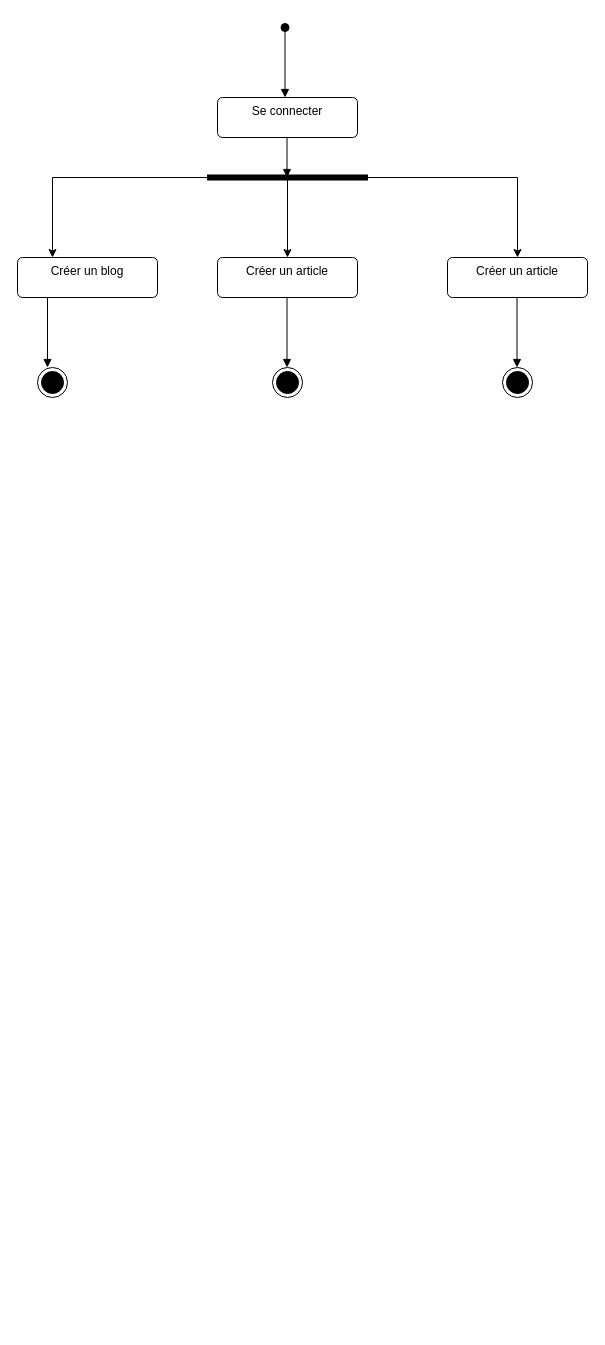
Above: page "Diagramme d'activité" (6 of 9) of Diagramme sans nom.drawio in Ali0908/BDD_UML (draw.io), before the change. Source tidied: cells renumbered, new cells numbered last; positions are measured from the earlier drawing's top-left corner, leaving out a move shared by most shapes. Both pictures are drawn from the tidied source at 100%, with x=0, y=0 at pixel (17, 27).
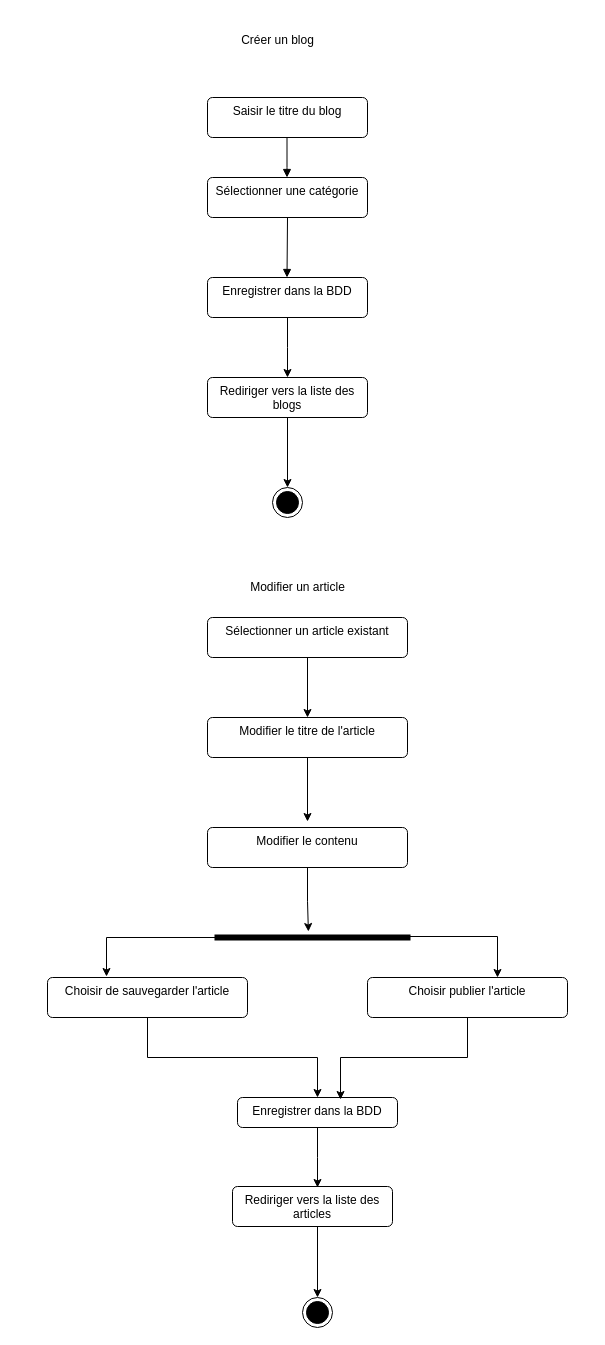
After the change.

The edit, as a diff of the source:
```diff
@@
-    <mxCell id="2" value="Se connecter" style="html=1;align=center;verticalAlign=top;rounded=1;absoluteArcSize=1;arcSize=10;dashed=0;whiteSpace=wrap;" parent="1" vertex="1">
-      <mxGeometry x="200" y="70" width="140" height="40" as="geometry" />
-    </mxCell>
+    <mxCell id="4" value="Sélectionner une catégorie" style="html=1;align=center;verticalAlign=top;rounded=1;absoluteArcSize=1;arcSize=10;dashed=0;whiteSpace=wrap;" parent="1" vertex="1">
+      <mxGeometry x="190" y="150" width="160" height="40" as="geometry" />
+    </mxCell>
+    <mxCell id="11" style="html=1;verticalAlign=bottom;labelBackgroundColor=none;endArrow=block;endFill=1;rounded=0;" parent="1" edge="1">
+      <mxGeometry relative="1" as="geometry">
+        <mxPoint x="269.5" y="110" as="sourcePoint" />
+        <mxPoint x="269.5" y="150" as="targetPoint" />
+        <Array as="points">
+          <mxPoint x="269.5" y="140" />
+        </Array>
+      </mxGeometry>
+    </mxCell>
+    <mxCell id="13" style="html=1;verticalAlign=bottom;labelBackgroundColor=none;endArrow=block;endFill=1;rounded=0;exitX=0.5;exitY=1;exitDx=0;exitDy=0;" parent="1" edge="1" source="4">
+      <mxGeometry relative="1" as="geometry">
+        <mxPoint x="269.5" y="250" as="targetPoint" />
+      </mxGeometry>
+    </mxCell>
+    <mxCell id="16" style="ellipse;html=1;shape=endState;fillColor=strokeColor;" parent="1" vertex="1">
+      <mxGeometry x="255" y="460" width="30" height="30" as="geometry" />
+    </mxCell>
-    <mxCell id="3" value="Créer un blog" style="html=1;align=center;verticalAlign=top;rounded=1;absoluteArcSize=1;arcSize=10;dashed=0;whiteSpace=wrap;" parent="1" vertex="1">
-      <mxGeometry y="230" width="140" height="40" as="geometry" />
+    <mxCell id="3" value="Créer un blog" style="text;html=1;align=center;verticalAlign=middle;points=[];strokeColor=none;fillColor=none;" parent="1" vertex="1">
+      <mxGeometry x="210" y="-2" width="100" height="30" as="geometry" />
     </mxCell>
-    <mxCell id="4" value="Créer un article" style="html=1;align=center;verticalAlign=top;rounded=1;absoluteArcSize=1;arcSize=10;dashed=0;whiteSpace=wrap;" parent="1" vertex="1">
-      <mxGeometry x="200" y="230" width="140" height="40" as="geometry" />
-    </mxCell>
-    <mxCell id="5" value="Créer un article" style="html=1;align=center;verticalAlign=top;rounded=1;absoluteArcSize=1;arcSize=10;dashed=0;whiteSpace=wrap;" parent="1" vertex="1">
-      <mxGeometry x="430" y="230" width="140" height="40" as="geometry" />
-    </mxCell>
-    <mxCell id="6" style="html=1;verticalAlign=bottom;startArrow=oval;startFill=1;endArrow=block;startSize=8;curved=0;rounded=0;" parent="1" edge="1">
-      <mxGeometry x="-1" y="230" relative="1" as="geometry">
-        <mxPoint x="267.5" as="sourcePoint" />
-        <mxPoint x="267.5" y="70" as="targetPoint" />
-      </mxGeometry>
-    </mxCell>
-    <mxCell id="7" style="edgeStyle=orthogonalEdgeStyle;rounded=0;jettySize=auto;html=1;entryX=0.25;entryY=0;entryDx=0;entryDy=0;" parent="1" edge="1" source="10" target="3">
-      <mxGeometry relative="1" as="geometry" />
-    </mxCell>
-    <mxCell id="8" style="edgeStyle=orthogonalEdgeStyle;rounded=0;jettySize=auto;html=1;entryX=0.5;entryY=0;entryDx=0;entryDy=0;" parent="1" edge="1" source="10" target="5">
-      <mxGeometry relative="1" as="geometry" />
-    </mxCell>
-    <mxCell id="9" style="edgeStyle=orthogonalEdgeStyle;rounded=0;jettySize=auto;html=1;" parent="1" edge="1" source="10" target="4">
-      <mxGeometry relative="1" as="geometry" />
-    </mxCell>
-    <mxCell id="10" style="html=1;points=[];perimeter=orthogonalPerimeter;fillColor=strokeColor;align=left;verticalAlign=top;spacingLeft=10;rotation=90;" parent="1" vertex="1">
-      <mxGeometry x="267.5" y="70" width="5" height="160" as="geometry" />
-    </mxCell>
-    <mxCell id="11" style="html=1;verticalAlign=bottom;labelBackgroundColor=none;endArrow=block;endFill=1;rounded=0;" parent="1" edge="1">
-      <mxGeometry relative="1" as="geometry">
-        <mxPoint x="269.5" y="110" as="sourcePoint" />
-        <mxPoint x="269.5" y="150" as="targetPoint" />
-        <Array as="points">
-          <mxPoint x="269.5" y="140" />
-        </Array>
-      </mxGeometry>
-    </mxCell>
-    <mxCell id="12" style="html=1;verticalAlign=bottom;labelBackgroundColor=none;endArrow=block;endFill=1;rounded=0;exitX=0.5;exitY=1;exitDx=0;exitDy=0;" parent="1" edge="1">
-      <mxGeometry relative="1" as="geometry">
-        <mxPoint x="30" y="270" as="sourcePoint" />
-        <mxPoint x="30" y="340" as="targetPoint" />
-      </mxGeometry>
-    </mxCell>
-    <mxCell id="13" style="html=1;verticalAlign=bottom;labelBackgroundColor=none;endArrow=block;endFill=1;rounded=0;exitX=0.5;exitY=1;exitDx=0;exitDy=0;" parent="1" edge="1">
-      <mxGeometry relative="1" as="geometry">
-        <mxPoint x="269.5" y="270" as="sourcePoint" />
-        <mxPoint x="269.5" y="340" as="targetPoint" />
-      </mxGeometry>
-    </mxCell>
-    <mxCell id="14" style="html=1;verticalAlign=bottom;labelBackgroundColor=none;endArrow=block;endFill=1;rounded=0;exitX=0.5;exitY=1;exitDx=0;exitDy=0;" parent="1" edge="1">
-      <mxGeometry relative="1" as="geometry">
-        <mxPoint x="499.5" y="270" as="sourcePoint" />
-        <mxPoint x="499.5" y="340" as="targetPoint" />
-      </mxGeometry>
-    </mxCell>
-    <mxCell id="15" style="ellipse;html=1;shape=endState;fillColor=strokeColor;" parent="1" vertex="1">
-      <mxGeometry x="20" y="340" width="30" height="30" as="geometry" />
-    </mxCell>
-    <mxCell id="16" style="ellipse;html=1;shape=endState;fillColor=strokeColor;" parent="1" vertex="1">
-      <mxGeometry x="255" y="340" width="30" height="30" as="geometry" />
-    </mxCell>
-    <mxCell id="17" style="ellipse;html=1;shape=endState;fillColor=strokeColor;" parent="1" vertex="1">
-      <mxGeometry x="485" y="340" width="30" height="30" as="geometry" />
-    </mxCell>
+    <mxCell id="18" value="Saisir le titre du blog" style="html=1;align=center;verticalAlign=top;rounded=1;absoluteArcSize=1;arcSize=10;dashed=0;whiteSpace=wrap;" parent="1" vertex="1">
+      <mxGeometry x="190" y="70" width="160" height="40" as="geometry" />
+    </mxCell>
+    <mxCell id="19" style="edgeStyle=orthogonalEdgeStyle;rounded=0;jettySize=auto;html=1;" parent="1" edge="1" source="20">
+      <mxGeometry relative="1" as="geometry">
+        <mxPoint x="270" y="350" as="targetPoint" />
+      </mxGeometry>
+    </mxCell>
+    <mxCell id="20" value="Enregistrer dans la BDD" style="html=1;align=center;verticalAlign=top;rounded=1;absoluteArcSize=1;arcSize=10;dashed=0;whiteSpace=wrap;" parent="1" vertex="1">
+      <mxGeometry x="190" y="250" width="160" height="40" as="geometry" />
+    </mxCell>
+    <mxCell id="21" style="edgeStyle=orthogonalEdgeStyle;rounded=0;jettySize=auto;html=1;entryX=0.5;entryY=0;entryDx=0;entryDy=0;" parent="1" edge="1" source="22" target="16">
+      <mxGeometry relative="1" as="geometry" />
+    </mxCell>
+    <mxCell id="22" value="Rediriger vers la liste des blogs" style="html=1;align=center;verticalAlign=top;rounded=1;absoluteArcSize=1;arcSize=10;dashed=0;whiteSpace=wrap;" parent="1" vertex="1">
+      <mxGeometry x="190" y="350" width="160" height="40" as="geometry" />
+    </mxCell>
+    <mxCell id="23" value="Modifier un article" style="text;html=1;align=center;verticalAlign=middle;strokeColor=none;fillColor=none;" parent="1" vertex="1">
+      <mxGeometry x="220" y="545" width="120" height="30" as="geometry" />
+    </mxCell>
+    <mxCell id="24" style="edgeStyle=orthogonalEdgeStyle;rounded=0;jettySize=auto;html=1;exitX=0.5;exitY=1;exitDx=0;exitDy=0;" parent="1" edge="1" source="25" target="26">
+      <mxGeometry relative="1" as="geometry" />
+    </mxCell>
+    <mxCell id="25" value="Sélectionner un article existant" style="html=1;align=center;verticalAlign=top;rounded=1;absoluteArcSize=1;arcSize=10;dashed=0;whiteSpace=wrap;" parent="1" vertex="1">
+      <mxGeometry x="190" y="590" width="200" height="40" as="geometry" />
+    </mxCell>
+    <mxCell id="26" value="Modifier le titre de l'article" style="html=1;align=center;verticalAlign=top;rounded=1;absoluteArcSize=1;arcSize=10;dashed=0;whiteSpace=wrap;" parent="1" vertex="1">
+      <mxGeometry x="190" y="690" width="200" height="40" as="geometry" />
+    </mxCell>
+    <mxCell id="27" style="edgeStyle=orthogonalEdgeStyle;rounded=0;jettySize=auto;html=1;exitX=0.5;exitY=1;exitDx=0;exitDy=0;entryX=-0.7;entryY=0.521;entryDx=0;entryDy=0;entryPerimeter=0;" parent="1" edge="1" source="28" target="32">
+      <mxGeometry relative="1" as="geometry" />
+    </mxCell>
+    <mxCell id="28" value="Modifier le contenu" style="html=1;align=center;verticalAlign=top;rounded=1;absoluteArcSize=1;arcSize=10;dashed=0;whiteSpace=wrap;" parent="1" vertex="1">
+      <mxGeometry x="190" y="800" width="200" height="40" as="geometry" />
+    </mxCell>
+    <mxCell id="29" style="edgeStyle=orthogonalEdgeStyle;rounded=0;jettySize=auto;html=1;exitX=0.5;exitY=1;exitDx=0;exitDy=0;entryX=0.5;entryY=-0.15;entryDx=0;entryDy=0;entryPerimeter=0;" parent="1" edge="1" source="26" target="28">
+      <mxGeometry relative="1" as="geometry" />
+    </mxCell>
+    <mxCell id="30" style="edgeStyle=orthogonalEdgeStyle;rounded=0;jettySize=auto;html=1;entryX=0.295;entryY=-0.025;entryDx=0;entryDy=0;entryPerimeter=0;exitX=0.3;exitY=0.992;exitDx=0;exitDy=0;exitPerimeter=0;" parent="1" edge="1" source="32" target="34">
+      <mxGeometry relative="1" as="geometry">
+        <Array as="points">
+          <mxPoint x="199" y="910" />
+          <mxPoint x="89" y="910" />
+        </Array>
+      </mxGeometry>
+    </mxCell>
+    <mxCell id="31" style="edgeStyle=orthogonalEdgeStyle;rounded=0;jettySize=auto;html=1;entryX=0.65;entryY=0;entryDx=0;entryDy=0;entryPerimeter=0;exitX=0.3;exitY=0.003;exitDx=0;exitDy=0;exitPerimeter=0;" parent="1" edge="1" source="32" target="35">
+      <mxGeometry relative="1" as="geometry" />
+    </mxCell>
+    <mxCell id="32" style="html=1;points=[];perimeter=orthogonalPerimeter;fillColor=strokeColor;rotation=90;" parent="1" vertex="1">
+      <mxGeometry x="292.5" y="812.5" width="5" height="195" as="geometry" />
+    </mxCell>
+    <mxCell id="33" style="edgeStyle=orthogonalEdgeStyle;rounded=0;jettySize=auto;html=1;exitX=0.5;exitY=1;exitDx=0;exitDy=0;" parent="1" edge="1" source="34" target="38">
+      <mxGeometry relative="1" as="geometry" />
+    </mxCell>
+    <mxCell id="34" value="Choisir de sauvegarder l'article" style="html=1;align=center;verticalAlign=top;rounded=1;absoluteArcSize=1;arcSize=10;dashed=0;whiteSpace=wrap;" parent="1" vertex="1">
+      <mxGeometry x="30" y="950" width="200" height="40" as="geometry" />
+    </mxCell>
+    <mxCell id="35" value="Choisir publier l'article" style="html=1;align=center;verticalAlign=top;rounded=1;absoluteArcSize=1;arcSize=10;dashed=0;whiteSpace=wrap;" parent="1" vertex="1">
+      <mxGeometry x="350" y="950" width="200" height="40" as="geometry" />
+    </mxCell>
+    <mxCell id="36" style="ellipse;html=1;shape=endState;fillColor=strokeColor;" parent="1" vertex="1">
+      <mxGeometry x="285" y="1270" width="30" height="30" as="geometry" />
+    </mxCell>
+    <mxCell id="37" style="edgeStyle=orthogonalEdgeStyle;rounded=0;jettySize=auto;html=1;" parent="1" edge="1" source="38">
+      <mxGeometry relative="1" as="geometry">
+        <mxPoint x="300" y="1160" as="targetPoint" />
+      </mxGeometry>
+    </mxCell>
+    <mxCell id="38" value="Enregistrer dans la BDD" style="html=1;align=center;verticalAlign=top;rounded=1;absoluteArcSize=1;arcSize=10;dashed=0;whiteSpace=wrap;" parent="1" vertex="1">
+      <mxGeometry x="220" y="1070" width="160" height="30" as="geometry" />
+    </mxCell>
+    <mxCell id="39" style="edgeStyle=orthogonalEdgeStyle;rounded=0;jettySize=auto;html=1;entryX=0.5;entryY=0;entryDx=0;entryDy=0;" parent="1" edge="1" source="40" target="36">
+      <mxGeometry relative="1" as="geometry">
+        <Array as="points">
+          <mxPoint x="300" y="1270" />
+        </Array>
+      </mxGeometry>
+    </mxCell>
+    <mxCell id="40" value="Rediriger vers la liste des articles" style="html=1;align=center;verticalAlign=top;rounded=1;absoluteArcSize=1;arcSize=10;dashed=0;whiteSpace=wrap;" parent="1" vertex="1">
+      <mxGeometry x="215" y="1159" width="160" height="40" as="geometry" />
+    </mxCell>
+    <mxCell id="41" style="edgeStyle=orthogonalEdgeStyle;rounded=0;jettySize=auto;html=1;entryX=0.644;entryY=0.067;entryDx=0;entryDy=0;entryPerimeter=0;" parent="1" edge="1" source="35" target="38">
+      <mxGeometry relative="1" as="geometry" />
+    </mxCell>
```
